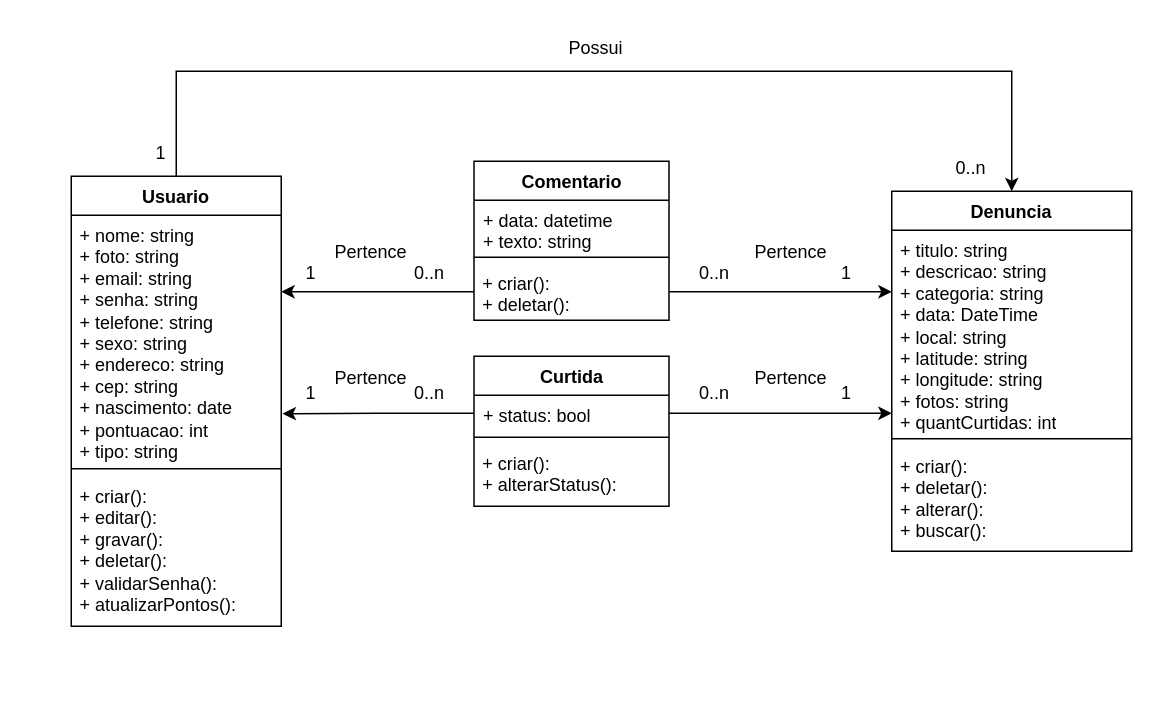
frsouzaa/Documentacao-TCC-NossaVia keeps this draw.io diagram as Documentação/Diagramas/Diagrama de Classes.drawio. Above is the earlier version. Source tidied: cells renumbered, new cells numbered last; positions are measured from the earlier drawing's top-left corner, leaving out a move shared by most shapes. Both pictures are drawn from the tidied source at 150%, with x=0, y=0 at pixel (70, 26).
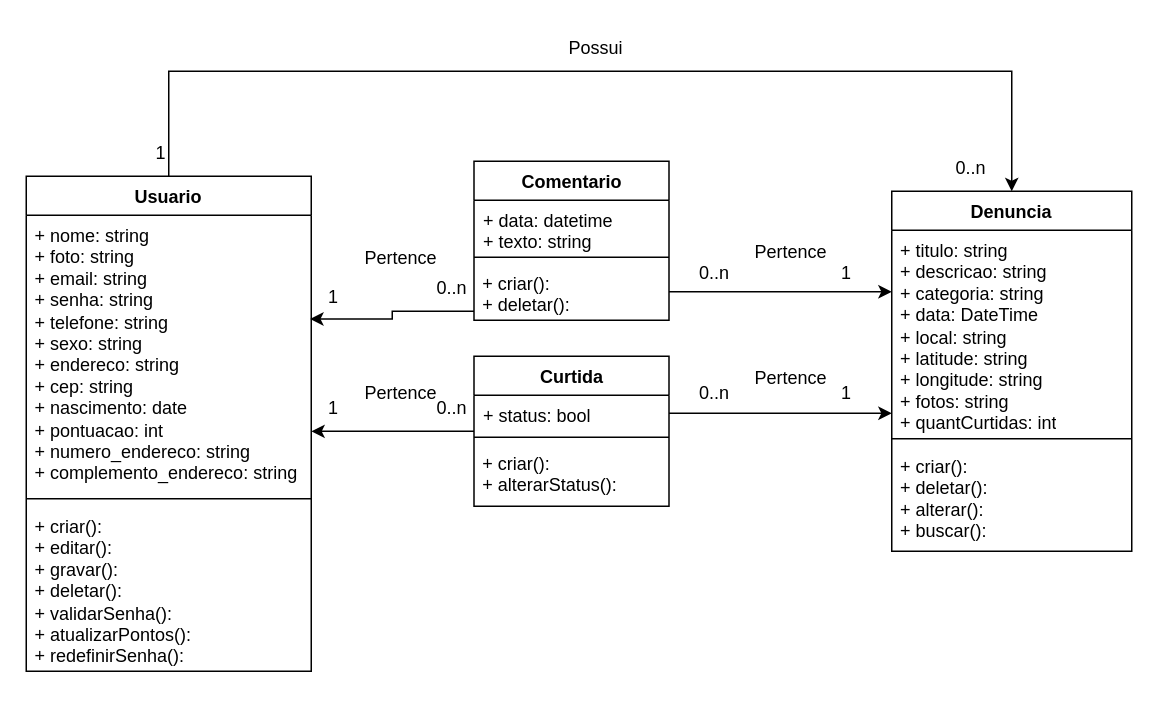
The same diagram, later.

Commit message (it also covers changes not shown here):
atualiza documentacao e diagrama de classes

The change refers to these unchanged cells:
```xml
<mxCell id="6" value="Denuncia" style="swimlane;fontStyle=1;align=center;verticalAlign=top;horizontal=1;startSize=26;whiteSpace=wrap;html=1;" parent="1" vertex="1">
  <mxGeometry x="547" y="110" width="160" height="240" as="geometry" />
</mxCell>
<mxCell id="10" value="Comentario" style="swimlane;fontStyle=1;align=center;verticalAlign=top;horizontal=1;startSize=26;whiteSpace=wrap;html=1;" parent="1" vertex="1">
  <mxGeometry x="268.5" y="90" width="130" height="106" as="geometry" />
</mxCell>
<mxCell id="13" value="+ criar():&#10;+ deletar(): " style="text;align=left;verticalAlign=top;spacingLeft=4;spacingRight=4;overflow=hidden;points=[[0,0.5],[1,0.5]];portConstraint=eastwest;" parent="10" vertex="1">
  <mxGeometry y="68" width="130" height="38" as="geometry" />
</mxCell>
<mxCell id="16" value="Curtida" style="swimlane;fontStyle=1;align=center;verticalAlign=top;horizontal=1;startSize=26;whiteSpace=wrap;html=1;" parent="1" vertex="1">
  <mxGeometry x="268.5" y="220" width="130" height="100" as="geometry" />
</mxCell>
<mxCell id="17" value="+ status: bool" style="text;strokeColor=none;fillColor=none;align=left;verticalAlign=top;spacingLeft=4;spacingRight=4;overflow=hidden;points=[[0,0.5],[1,0.5]];portConstraint=eastwest;whiteSpace=wrap;html=1;" parent="16" vertex="1">
  <mxGeometry y="26" width="130" height="24" as="geometry" />
</mxCell>
```

What changed in the source:
```diff
@@
     <mxCell id="2" value="Usuario" style="swimlane;fontStyle=1;align=center;verticalAlign=top;horizontal=1;startSize=26;whiteSpace=wrap;html=1;" parent="1" vertex="1">
-      <mxGeometry y="100" width="140" height="300" as="geometry" />
+      <mxGeometry x="-30" y="100" width="190" height="330" as="geometry" />
     </mxCell>
-    <mxCell id="3" value="&lt;span style=&quot;text-wrap: nowrap;&quot;&gt;+ nome: string&lt;/span&gt;&lt;br style=&quot;padding: 0px; margin: 0px; text-wrap: nowrap;&quot;&gt;&lt;span style=&quot;text-wrap: nowrap;&quot;&gt;+ foto: string&lt;/span&gt;&lt;br style=&quot;padding: 0px; margin: 0px; text-wrap: nowrap;&quot;&gt;&lt;span style=&quot;text-wrap: nowrap;&quot;&gt;+ email: string&lt;/span&gt;&lt;br style=&quot;padding: 0px; margin: 0px; text-wrap: nowrap;&quot;&gt;&lt;span style=&quot;text-wrap: nowrap;&quot;&gt;+ senha: string&lt;/span&gt;&lt;br style=&quot;padding: 0px; margin: 0px; text-wrap: nowrap;&quot;&gt;&lt;span style=&quot;text-wrap: nowrap;&quot;&gt;+ telefone: string&lt;/span&gt;&lt;br style=&quot;padding: 0px; margin: 0px; text-wrap: nowrap;&quot;&gt;&lt;span style=&quot;text-wrap: nowrap;&quot;&gt;+ sexo: string&lt;/span&gt;&lt;br style=&quot;padding: 0px; margin: 0px; text-wrap: nowrap;&quot;&gt;&lt;span style=&quot;text-wrap: nowrap;&quot;&gt;+ endereco: string&lt;/span&gt;&lt;br style=&quot;padding: 0px; margin: 0px; text-wrap: nowrap;&quot;&gt;&lt;span style=&quot;text-wrap: nowrap;&quot;&gt;+ cep: string&lt;/span&gt;&lt;br style=&quot;padding: 0px; margin: 0px; text-wrap: nowrap;&quot;&gt;&lt;span style=&quot;text-wrap: nowrap;&quot;&gt;+ nascimento: date&lt;/span&gt;&lt;br style=&quot;padding: 0px; margin: 0px; text-wrap: nowrap;&quot;&gt;&lt;span style=&quot;text-wrap: nowrap;&quot;&gt;+ pontuacao: int&lt;/span&gt;&lt;br style=&quot;padding: 0px; margin: 0px; text-wrap: nowrap;&quot;&gt;&lt;span style=&quot;text-wrap: nowrap;&quot;&gt;+ tipo: string&amp;nbsp;&lt;/span&gt;" style="text;strokeColor=none;fillColor=none;align=left;verticalAlign=top;spacingLeft=4;spacingRight=4;overflow=hidden;points=[[0,0.5],[1,0.5]];portConstraint=eastwest;whiteSpace=wrap;html=1;" parent="2" vertex="1">
-      <mxGeometry y="26" width="140" height="164" as="geometry" />
+    <mxCell id="3" value="&lt;span style=&quot;text-wrap: nowrap;&quot;&gt;+ nome: string&lt;/span&gt;&lt;br style=&quot;padding: 0px; margin: 0px; text-wrap: nowrap;&quot;&gt;&lt;span style=&quot;text-wrap: nowrap;&quot;&gt;+ foto: string&lt;/span&gt;&lt;br style=&quot;padding: 0px; margin: 0px; text-wrap: nowrap;&quot;&gt;&lt;span style=&quot;text-wrap: nowrap;&quot;&gt;+ email: string&lt;/span&gt;&lt;br style=&quot;padding: 0px; margin: 0px; text-wrap: nowrap;&quot;&gt;&lt;span style=&quot;text-wrap: nowrap;&quot;&gt;+ senha: string&lt;/span&gt;&lt;br style=&quot;padding: 0px; margin: 0px; text-wrap: nowrap;&quot;&gt;&lt;span style=&quot;text-wrap: nowrap;&quot;&gt;+ telefone: string&lt;/span&gt;&lt;br style=&quot;padding: 0px; margin: 0px; text-wrap: nowrap;&quot;&gt;&lt;span style=&quot;text-wrap: nowrap;&quot;&gt;+ sexo: string&lt;/span&gt;&lt;br style=&quot;padding: 0px; margin: 0px; text-wrap: nowrap;&quot;&gt;&lt;span style=&quot;text-wrap: nowrap;&quot;&gt;+ endereco: string&lt;/span&gt;&lt;br style=&quot;padding: 0px; margin: 0px; text-wrap: nowrap;&quot;&gt;&lt;span style=&quot;text-wrap: nowrap;&quot;&gt;+ cep: string&lt;/span&gt;&lt;br style=&quot;padding: 0px; margin: 0px; text-wrap: nowrap;&quot;&gt;&lt;span style=&quot;text-wrap: nowrap;&quot;&gt;+ nascimento: date&lt;/span&gt;&lt;br style=&quot;padding: 0px; margin: 0px; text-wrap: nowrap;&quot;&gt;&lt;span style=&quot;text-wrap: nowrap;&quot;&gt;+ pontuacao: int&lt;/span&gt;&lt;div&gt;&lt;span style=&quot;text-wrap: nowrap;&quot;&gt;+ numero_endereco: string&lt;/span&gt;&lt;span style=&quot;text-wrap: nowrap;&quot;&gt;&lt;br&gt;&lt;/span&gt;&lt;/div&gt;&lt;div&gt;&lt;span style=&quot;text-wrap: nowrap;&quot;&gt;+ complemento_endereco: string&lt;/span&gt;&lt;span style=&quot;text-wrap: nowrap;&quot;&gt;&lt;br&gt;&lt;/span&gt;&lt;/div&gt;" style="text;strokeColor=none;fillColor=none;align=left;verticalAlign=top;spacingLeft=4;spacingRight=4;overflow=hidden;points=[[0,0.5],[1,0.5]];portConstraint=eastwest;whiteSpace=wrap;html=1;" parent="2" vertex="1">
+      <mxGeometry y="26" width="190" height="184" as="geometry" />
     </mxCell>
     <mxCell id="4" style="line;strokeWidth=1;fillColor=none;align=left;verticalAlign=middle;spacingTop=-1;spacingLeft=3;spacingRight=3;labelPosition=right;strokeColor=inherit;" parent="2" vertex="1">
-      <mxGeometry y="190" width="140" height="10" as="geometry" />
+      <mxGeometry y="210" width="190" height="10" as="geometry" />
     </mxCell>
-    <mxCell id="5" value="&lt;span style=&quot;text-wrap: nowrap;&quot;&gt;+ criar():&lt;/span&gt;&lt;br style=&quot;padding: 0px; margin: 0px; text-wrap: nowrap;&quot;&gt;&lt;span style=&quot;text-wrap: nowrap;&quot;&gt;+ editar():&amp;nbsp;&lt;/span&gt;&lt;br style=&quot;padding: 0px; margin: 0px; text-wrap: nowrap;&quot;&gt;&lt;span style=&quot;text-wrap: nowrap;&quot;&gt;+ gravar():&lt;/span&gt;&lt;br style=&quot;padding: 0px; margin: 0px; text-wrap: nowrap;&quot;&gt;&lt;span style=&quot;text-wrap: nowrap;&quot;&gt;+ deletar():&amp;nbsp;&lt;/span&gt;&lt;br style=&quot;padding: 0px; margin: 0px; text-wrap: nowrap;&quot;&gt;&lt;span style=&quot;text-wrap: nowrap;&quot;&gt;+ validarSenha():&lt;/span&gt;&lt;br style=&quot;padding: 0px; margin: 0px; text-wrap: nowrap;&quot;&gt;&lt;span style=&quot;text-wrap: nowrap;&quot;&gt;+ atualizarPontos():&lt;/span&gt;" style="text;strokeColor=none;fillColor=none;align=left;verticalAlign=top;spacingLeft=4;spacingRight=4;overflow=hidden;whiteSpace=wrap;html=1;" parent="2" vertex="1">
-      <mxGeometry y="200" width="140" height="100" as="geometry" />
+    <mxCell id="5" value="&lt;span style=&quot;text-wrap: nowrap;&quot;&gt;+ criar():&lt;/span&gt;&lt;br style=&quot;padding: 0px; margin: 0px; text-wrap: nowrap;&quot;&gt;&lt;span style=&quot;text-wrap: nowrap;&quot;&gt;+ editar():&amp;nbsp;&lt;/span&gt;&lt;br style=&quot;padding: 0px; margin: 0px; text-wrap: nowrap;&quot;&gt;&lt;span style=&quot;text-wrap: nowrap;&quot;&gt;+ gravar():&lt;/span&gt;&lt;br style=&quot;padding: 0px; margin: 0px; text-wrap: nowrap;&quot;&gt;&lt;span style=&quot;text-wrap: nowrap;&quot;&gt;+ deletar():&amp;nbsp;&lt;/span&gt;&lt;br style=&quot;padding: 0px; margin: 0px; text-wrap: nowrap;&quot;&gt;&lt;span style=&quot;text-wrap: nowrap;&quot;&gt;+ validarSenha():&lt;/span&gt;&lt;br style=&quot;padding: 0px; margin: 0px; text-wrap: nowrap;&quot;&gt;&lt;span style=&quot;text-wrap: nowrap;&quot;&gt;+ atualizarPontos():&lt;/span&gt;&lt;br&gt;&lt;div&gt;&lt;span style=&quot;text-wrap: nowrap;&quot;&gt;+ redefinirSenha():&lt;/span&gt;&lt;span style=&quot;text-wrap: nowrap;&quot;&gt;&lt;br&gt;&lt;/span&gt;&lt;/div&gt;" style="text;strokeColor=none;fillColor=none;align=left;verticalAlign=top;spacingLeft=4;spacingRight=4;overflow=hidden;whiteSpace=wrap;html=1;" parent="2" vertex="1">
+      <mxGeometry y="220" width="190" height="110" as="geometry" />
     </mxCell>
@@
     <mxCell id="21" value="0..n" style="text;html=1;align=center;verticalAlign=middle;whiteSpace=wrap;rounded=0;" parent="1" vertex="1">
-      <mxGeometry x="208.5" y="150" width="60" height="30" as="geometry" />
+      <mxGeometry x="238.5" y="160" width="30" height="30" as="geometry" />
     </mxCell>
     <mxCell id="22" value="1" style="text;html=1;align=center;verticalAlign=middle;whiteSpace=wrap;rounded=0;" parent="1" vertex="1">
-      <mxGeometry x="130" y="150" width="60" height="30" as="geometry" />
+      <mxGeometry x="160" y="166" width="30" height="30" as="geometry" />
     </mxCell>
@@
     <mxCell id="24" value="0..n" style="text;html=1;align=center;verticalAlign=middle;whiteSpace=wrap;rounded=0;" parent="1" vertex="1">
-      <mxGeometry x="208.5" y="230" width="60" height="30" as="geometry" />
+      <mxGeometry x="242.8" y="240" width="21.5" height="30" as="geometry" />
     </mxCell>
     <mxCell id="25" value="1" style="text;html=1;align=center;verticalAlign=middle;whiteSpace=wrap;rounded=0;" parent="1" vertex="1">
-      <mxGeometry x="130" y="230" width="60" height="30" as="geometry" />
+      <mxGeometry x="160" y="240" width="30" height="30" as="geometry" />
     </mxCell>
@@
     <mxCell id="28" style="endArrow=classic;endFill=1;endSize=6;html=1;rounded=0;entryX=0.5;entryY=0;entryDx=0;entryDy=0;exitX=0.5;exitY=0;exitDx=0;exitDy=0;" parent="1" edge="1" source="2" target="6">
       <mxGeometry relative="1" as="geometry">
         <Array as="points">
-          <mxPoint x="70" y="30" />
+          <mxPoint x="65" y="30" />
           <mxPoint x="627" y="30" />
         </Array>
       </mxGeometry>
     </mxCell>
@@
     <mxCell id="30" value="Pertence" style="text;html=1;align=center;verticalAlign=middle;whiteSpace=wrap;rounded=0;" parent="1" vertex="1">
-      <mxGeometry x="170" y="136" width="60" height="30" as="geometry" />
+      <mxGeometry x="190" y="140" width="60" height="30" as="geometry" />
     </mxCell>
     <mxCell id="31" value="Pertence" style="text;html=1;align=center;verticalAlign=middle;whiteSpace=wrap;rounded=0;" parent="1" vertex="1">
-      <mxGeometry x="170" y="220" width="60" height="30" as="geometry" />
+      <mxGeometry x="190" y="230" width="60" height="30" as="geometry" />
     </mxCell>
@@
-    <mxCell id="35" style="edgeStyle=orthogonalEdgeStyle;rounded=0;jettySize=auto;html=1;entryX=1.006;entryY=0.807;entryDx=0;entryDy=0;entryPerimeter=0;" parent="1" edge="1" source="17" target="3">
-      <mxGeometry relative="1" as="geometry" />
-    </mxCell>
-    <mxCell id="36" style="edgeStyle=orthogonalEdgeStyle;rounded=0;jettySize=auto;html=1;" parent="1" edge="1" source="13">
-      <mxGeometry relative="1" as="geometry">
-        <mxPoint x="140" y="177" as="targetPoint" />
-      </mxGeometry>
-    </mxCell>
@@
+    <mxCell id="38" style="edgeStyle=orthogonalEdgeStyle;rounded=0;jettySize=auto;html=1;entryX=1;entryY=0.783;entryDx=0;entryDy=0;entryPerimeter=0;" parent="1" edge="1" source="16" target="3">
+      <mxGeometry relative="1" as="geometry" />
+    </mxCell>
+    <mxCell id="39" style="edgeStyle=orthogonalEdgeStyle;rounded=0;jettySize=auto;html=1;entryX=0.996;entryY=0.376;entryDx=0;entryDy=0;entryPerimeter=0;" parent="1" edge="1" source="10" target="3">
+      <mxGeometry relative="1" as="geometry">
+        <Array as="points">
+          <mxPoint x="214" y="190" />
+          <mxPoint x="214" y="195" />
+        </Array>
+      </mxGeometry>
+    </mxCell>
```
